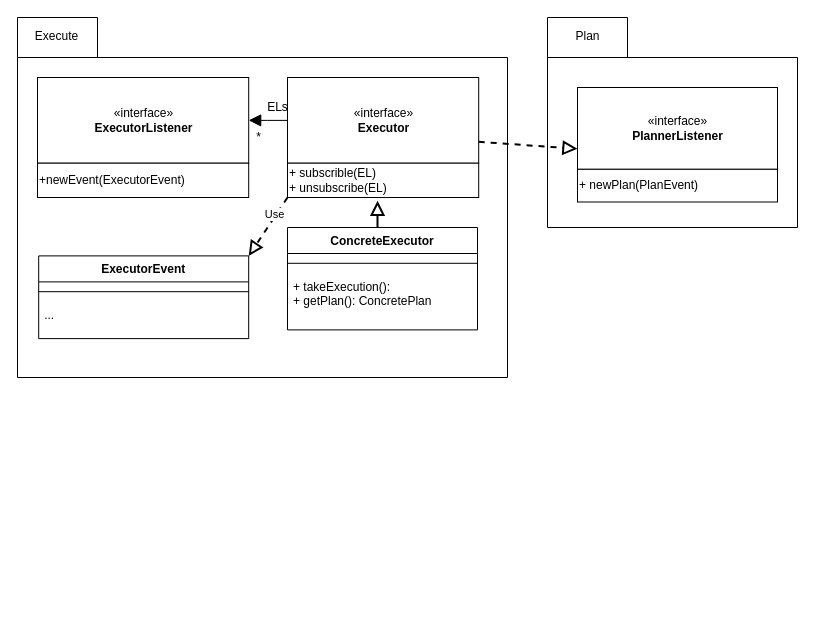
The draw.io diagram fig/drawio/static_model_PE.drawio in Sylv-Lej/thesis-separation-concerns, before the edit. Source tidied: cells renumbered, new cells numbered last; positions are measured from the earlier drawing's top-left corner, leaving out a move shared by most shapes. Both pictures are drawn from the tidied source at 100%, with x=0, y=0 at pixel (17, 17).
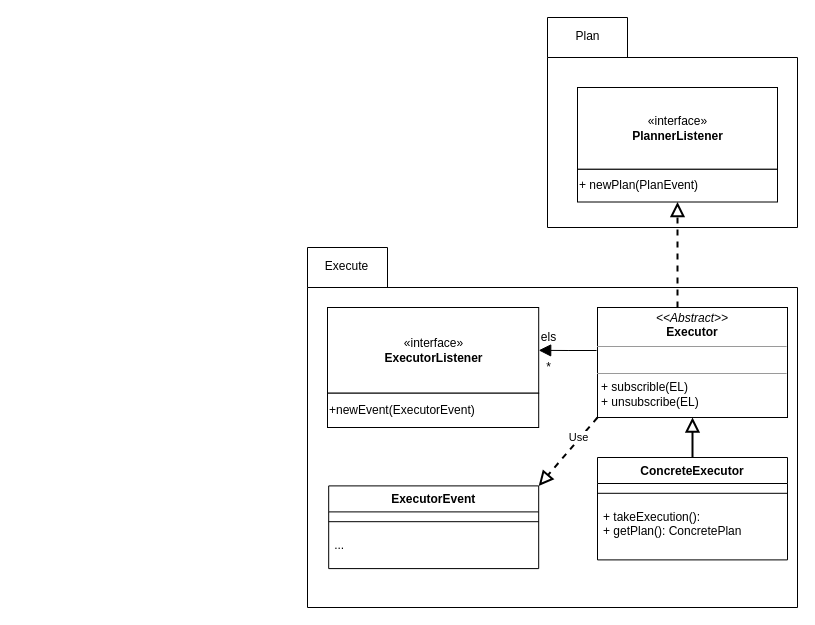
After the change.

The change refers to these unchanged cells:
```xml
<mxCell id="14" value="«interface»&lt;br&gt;&lt;span style=&quot;font-weight: 700&quot;&gt;ExecutorListener&lt;/span&gt;" style="html=1;" parent="13" vertex="1">
  <mxGeometry width="211.2" height="85.7" as="geometry" />
</mxCell>
<mxCell id="16" value="ExecutorEvent" style="swimlane;fontStyle=1;align=center;verticalAlign=top;horizontal=1;startSize=26;" parent="3" vertex="1">
  <mxGeometry x="21.2" y="238.4" width="210" height="82.7" as="geometry" />
</mxCell>
<mxCell id="27" value="«interface»&lt;br&gt;&lt;span style=&quot;font-weight: 700&quot;&gt;PlannerListener&lt;/span&gt;" style="html=1;" parent="26" vertex="1">
  <mxGeometry width="200" height="81.8" as="geometry" />
</mxCell>
<mxCell id="28" value="+ newPlan(PlanEvent)" style="html=1;align=left;" parent="26" vertex="1">
  <mxGeometry y="81.8" width="200" height="32.7" as="geometry" />
</mxCell>
```

What changed in the source:
```diff
@@
     <mxCell id="3" style="group;" parent="1" vertex="1">
-      <mxGeometry width="490" height="360" as="geometry" />
+      <mxGeometry x="290" y="230" width="490" height="360" as="geometry" />
     </mxCell>
@@
     <mxCell id="6" value="ConcreteExecutor" style="swimlane;fontStyle=1;align=center;verticalAlign=top;horizontal=1;startSize=26;" parent="3" vertex="1">
-      <mxGeometry x="270" y="210" width="190" height="102.4" as="geometry" />
+      <mxGeometry x="290" y="210" width="190" height="102.4" as="geometry" />
     </mxCell>
@@
-    <mxCell id="9" style="group;" parent="3" vertex="1">
-      <mxGeometry x="270" y="60" width="191.2" height="120" as="geometry" />
-    </mxCell>
-    <mxCell id="10" value="«interface»&lt;br&gt;&lt;span style=&quot;font-weight: 700&quot;&gt;Executor&lt;/span&gt;" style="html=1;" parent="9" vertex="1">
-      <mxGeometry width="191.2" height="85.7" as="geometry" />
-    </mxCell>
-    <mxCell id="11" value="+ subscrible(EL)&lt;br&gt;+ unsubscribe(EL)" style="html=1;align=left;" parent="9" vertex="1">
-      <mxGeometry y="85.7" width="191.2" height="34.3" as="geometry" />
-    </mxCell>
-    <mxCell id="12" style="edgeStyle=orthogonalEdgeStyle;rounded=0;jettySize=auto;html=1;endArrow=block;endFill=0;strokeWidth=2;entryX=0.471;entryY=1.096;entryDx=0;entryDy=0;entryPerimeter=0;endSize=10;" parent="3" edge="1" target="11">
-      <mxGeometry relative="1" as="geometry">
-        <mxPoint x="360" y="210" as="sourcePoint" />
-        <Array as="points">
-          <mxPoint x="360" y="210" />
-        </Array>
-      </mxGeometry>
+    <mxCell id="12" style="edgeStyle=orthogonalEdgeStyle;rounded=0;jettySize=auto;html=1;endArrow=block;endFill=0;strokeWidth=2;endSize=10;exitX=0.5;exitY=0;exitDx=0;exitDy=0;" parent="3" edge="1" source="6" target="30">
+      <mxGeometry relative="1" as="geometry" />
     </mxCell>
@@
+    <mxCell id="22" value="els" style="text;html=1;align=center;verticalAlign=middle;strokeColor=none;fillColor=none;" parent="3" vertex="1">
+      <mxGeometry x="226.2" y="80" width="30" height="20" as="geometry" />
+    </mxCell>
+    <mxCell id="23" value="*" style="text;html=1;align=center;verticalAlign=middle;strokeColor=none;fillColor=none;" parent="3" vertex="1">
+      <mxGeometry x="231.2" y="110" width="20" height="20" as="geometry" />
+    </mxCell>
+    <mxCell id="30" value="&lt;p style=&quot;margin: 0px ; margin-top: 4px ; text-align: center&quot;&gt;&lt;i&gt;&amp;lt;&amp;lt;Abstract&amp;gt;&amp;gt;&lt;/i&gt;&lt;br&gt;&lt;b&gt;Executor&lt;/b&gt;&lt;/p&gt;&lt;hr size=&quot;1&quot;&gt;&lt;p style=&quot;margin: 0px ; margin-left: 4px&quot;&gt;&lt;br&gt;&lt;/p&gt;&lt;hr size=&quot;1&quot;&gt;&lt;p style=&quot;margin: 0px ; margin-left: 4px&quot;&gt;+ subscrible(EL)&lt;br&gt;+ unsubscribe(EL)&lt;br&gt;&lt;/p&gt;" style="verticalAlign=top;align=left;overflow=fill;fontSize=12;fontFamily=Helvetica;html=1;" parent="3" vertex="1">
+      <mxGeometry x="290" y="60" width="190" height="110" as="geometry" />
+    </mxCell>
+    <mxCell id="21" style="edgeStyle=orthogonalEdgeStyle;rounded=0;jettySize=auto;html=1;entryX=1;entryY=0.5;entryDx=0;entryDy=0;endArrow=block;endFill=1;endSize=10;exitX=-0.005;exitY=0.391;exitDx=0;exitDy=0;exitPerimeter=0;" parent="3" edge="1" source="30" target="14">
+      <mxGeometry relative="1" as="geometry" />
+    </mxCell>
-    <mxCell id="19" style="endArrow=block;endFill=0;endSize=10;html=1;strokeWidth=2;exitX=0;exitY=1;exitDx=0;exitDy=0;entryX=1;entryY=0;entryDx=0;entryDy=0;dashed=1;" parent="3" edge="1" source="11" target="16">
+    <mxCell id="19" style="endArrow=block;endFill=0;endSize=10;html=1;strokeWidth=2;exitX=0;exitY=1;exitDx=0;exitDy=0;entryX=1;entryY=0;entryDx=0;entryDy=0;dashed=1;" parent="3" edge="1" source="30" target="16">
       <mxGeometry relative="1" as="geometry" />
     </mxCell>
@@
-    <mxCell id="21" style="edgeStyle=orthogonalEdgeStyle;rounded=0;jettySize=auto;html=1;entryX=1;entryY=0.5;entryDx=0;entryDy=0;endArrow=block;endFill=1;endSize=10;" parent="3" edge="1" source="10" target="14">
-      <mxGeometry relative="1" as="geometry" />
-    </mxCell>
-    <mxCell id="22" value="ELs" style="text;html=1;align=center;verticalAlign=middle;strokeColor=none;fillColor=none;" parent="3" vertex="1">
-      <mxGeometry x="240" y="80" width="40" height="20" as="geometry" />
-    </mxCell>
-    <mxCell id="23" value="*" style="text;html=1;align=center;verticalAlign=middle;strokeColor=none;fillColor=none;" parent="3" vertex="1">
-      <mxGeometry x="231.2" y="110" width="20" height="20" as="geometry" />
-    </mxCell>
@@
-    <mxCell id="29" style="endArrow=block;endFill=0;endSize=10;html=1;strokeWidth=2;exitX=1;exitY=0.75;exitDx=0;exitDy=0;entryX=0;entryY=0.75;entryDx=0;entryDy=0;dashed=1;" parent="1" edge="1" source="10" target="27">
-      <mxGeometry relative="1" as="geometry" />
+    <mxCell id="29" style="endArrow=block;endFill=0;endSize=10;html=1;strokeWidth=2;entryX=0.5;entryY=1;entryDx=0;entryDy=0;dashed=1;" parent="1" edge="1" target="28">
+      <mxGeometry relative="1" as="geometry">
+        <mxPoint x="660" y="290" as="sourcePoint" />
+      </mxGeometry>
     </mxCell>
```
